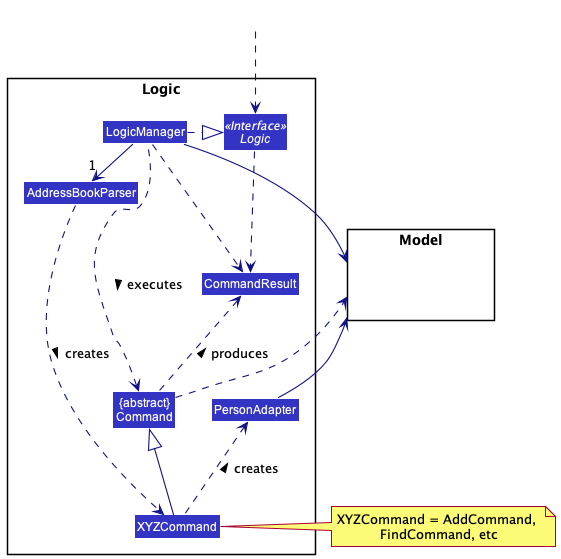
Before: docs/images/LogicClassDiagram.png, a diagram exported from PlantUML (sheehui/tp).
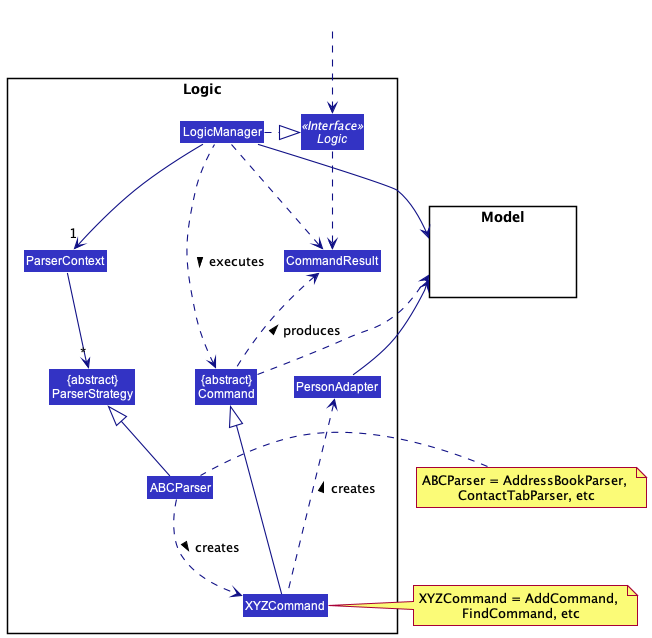
After the commit.

Diff of the diagram source:
```diff
@@ -6,10 +6,12 @@
 
 package Logic {
 
-Class AddressBookParser
+Class ABCParser
 Class XYZCommand
 Class CommandResult
 Class "{abstract}\nCommand" as Command
+Class "{abstract}\nParserStrategy" as ParserStrategy
+Class ParserContext
 class PersonAdapter
 
 
@@ -25,17 +27,21 @@
 HiddenOutside ..> Logic
 
 LogicManager .right.|> Logic
-LogicManager -right->"1" AddressBookParser
-AddressBookParser ..> XYZCommand : creates >
+LogicManager -->"1" ParserContext
+ParserContext -->"*" ParserStrategy
+ABCParser -up-|> ParserStrategy
+ABCParser ..> XYZCommand : creates >
 
 XYZCommand -up-|> Command
 XYZCommand  .up.> PersonAdapter : creates >
+PersonAdapter  .down[hidden]. ABCParser
 LogicManager .left.> Command : executes >
 
 LogicManager --> Model
 PersonAdapter -up-> Model
 Command .right.> Model
 note right of XYZCommand: XYZCommand = AddCommand, \nFindCommand, etc
+note left of ABCParser : ABCParser = AddressBookParser, \nContactTabParser, etc
 
 Logic ..> CommandResult
 LogicManager .down.> CommandResult
```
